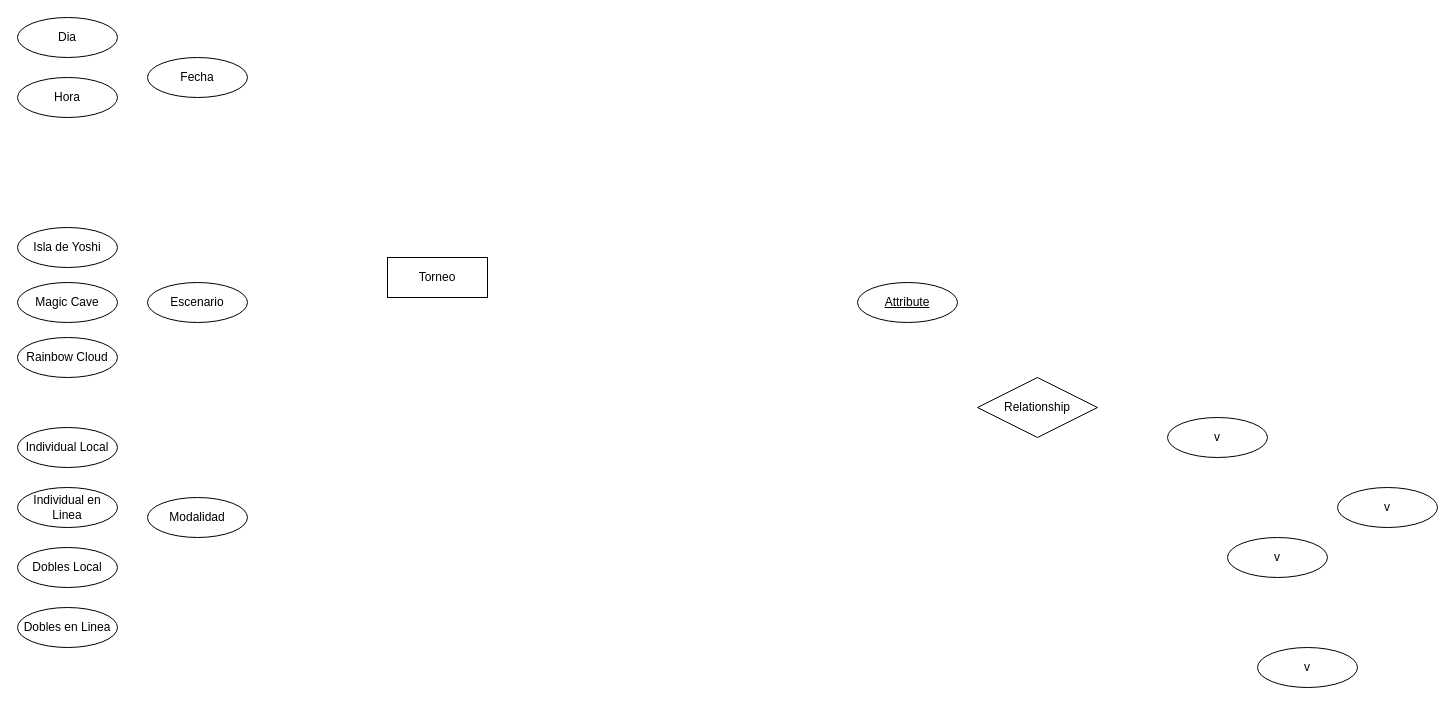
Ju4nox/UCM keeps this draw.io diagram as Modelamiento/Mario Tenis.drawio. Above is the earlier version. Source tidied: cells renumbered, new cells numbered last; positions are measured from the earlier drawing's top-left corner, leaving out a move shared by most shapes. Both pictures are drawn from the tidied source at 100%, with x=0, y=0 at pixel (17, 17).
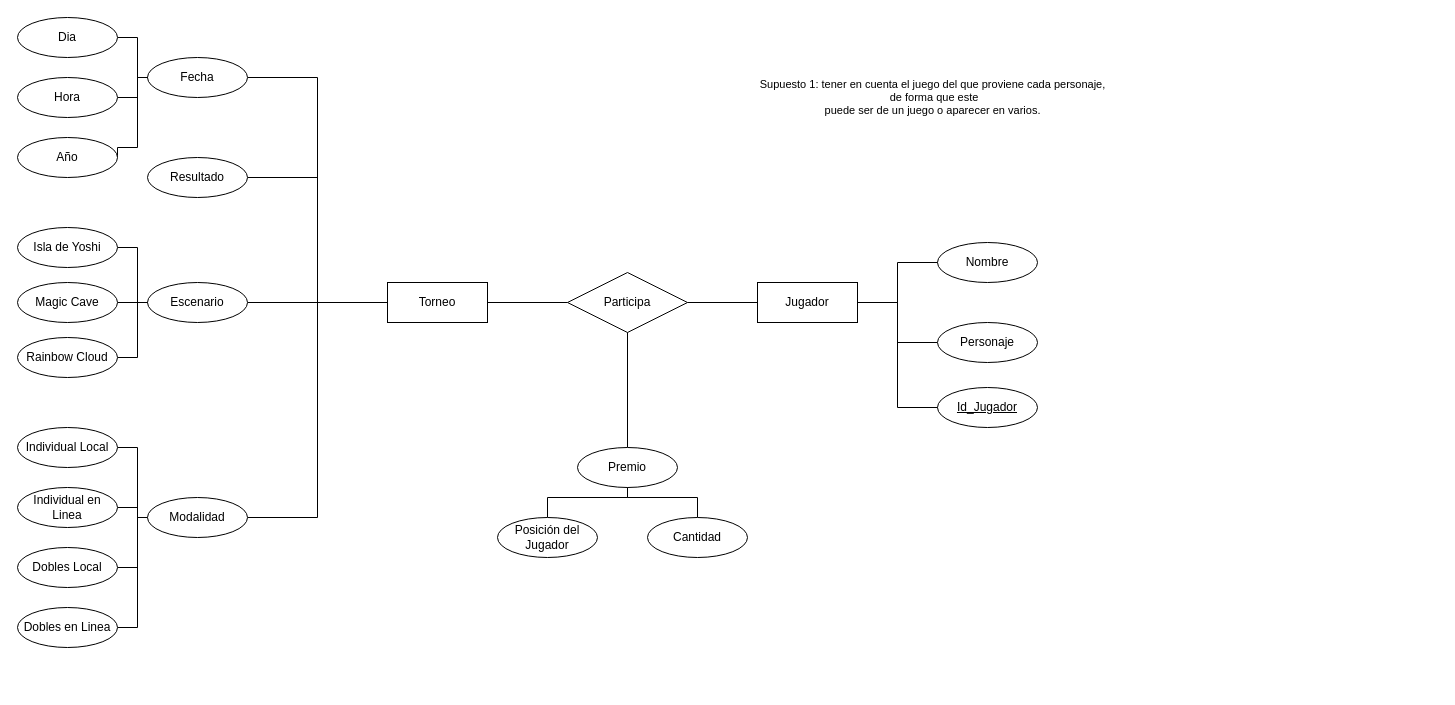
The same page after the edit.

Unchanged cells that the change refers to:
```xml
<mxCell id="3" value="Fecha" style="ellipse;whiteSpace=wrap;html=1;align=center;" parent="1" vertex="1">
  <mxGeometry x="130" y="40" width="100" height="40" as="geometry" />
</mxCell>
<mxCell id="6" value="Isla de Yoshi" style="ellipse;whiteSpace=wrap;html=1;align=center;" parent="1" vertex="1">
  <mxGeometry y="210" width="100" height="40" as="geometry" />
</mxCell>
<mxCell id="7" value="Dia" style="ellipse;whiteSpace=wrap;html=1;align=center;" parent="1" vertex="1">
  <mxGeometry width="100" height="40" as="geometry" />
</mxCell>
<mxCell id="8" value="Magic Cave" style="ellipse;whiteSpace=wrap;html=1;align=center;" parent="1" vertex="1">
  <mxGeometry y="265" width="100" height="40" as="geometry" />
</mxCell>
<mxCell id="9" value="Escenario" style="ellipse;whiteSpace=wrap;html=1;align=center;" parent="1" vertex="1">
  <mxGeometry x="130" y="265" width="100" height="40" as="geometry" />
</mxCell>
<mxCell id="10" value="Rainbow Cloud" style="ellipse;whiteSpace=wrap;html=1;align=center;" parent="1" vertex="1">
  <mxGeometry y="320" width="100" height="40" as="geometry" />
</mxCell>
<mxCell id="11" value="Individual en Linea" style="ellipse;whiteSpace=wrap;html=1;align=center;" parent="1" vertex="1">
  <mxGeometry y="470" width="100" height="40" as="geometry" />
</mxCell>
<mxCell id="12" value="Individual Local" style="ellipse;whiteSpace=wrap;html=1;align=center;" parent="1" vertex="1">
  <mxGeometry y="410" width="100" height="40" as="geometry" />
</mxCell>
<mxCell id="13" value="Modalidad" style="ellipse;whiteSpace=wrap;html=1;align=center;" parent="1" vertex="1">
  <mxGeometry x="130" y="480" width="100" height="40" as="geometry" />
</mxCell>
<mxCell id="14" value="Dobles en Linea" style="ellipse;whiteSpace=wrap;html=1;align=center;" parent="1" vertex="1">
  <mxGeometry y="590" width="100" height="40" as="geometry" />
</mxCell>
<mxCell id="15" value="Hora" style="ellipse;whiteSpace=wrap;html=1;align=center;" parent="1" vertex="1">
  <mxGeometry y="60" width="100" height="40" as="geometry" />
</mxCell>
<mxCell id="16" value="Dobles Local" style="ellipse;whiteSpace=wrap;html=1;align=center;" parent="1" vertex="1">
  <mxGeometry y="530" width="100" height="40" as="geometry" />
</mxCell>
```

Diff of the diagram source:
```diff
@@
     <mxCell id="2" value="Torneo" style="whiteSpace=wrap;html=1;align=center;" parent="1" vertex="1">
-      <mxGeometry x="370" y="240" width="100" height="40" as="geometry" />
+      <mxGeometry x="370" y="265" width="100" height="40" as="geometry" />
     </mxCell>
+    <mxCell id="21" style="edgeStyle=orthogonalEdgeStyle;shape=connector;rounded=0;jettySize=auto;html=1;exitX=1;exitY=0.5;exitDx=0;exitDy=0;entryX=0;entryY=0.5;entryDx=0;entryDy=0;strokeColor=default;align=center;verticalAlign=middle;fontFamily=Helvetica;fontSize=11;fontColor=default;labelBackgroundColor=default;startFill=0;endArrow=none;" parent="1" edge="1" source="3" target="2">
+      <mxGeometry relative="1" as="geometry" />
+    </mxCell>
@@
-    <mxCell id="4" value="Attribute" style="ellipse;whiteSpace=wrap;html=1;align=center;fontStyle=4;" parent="1" vertex="1">
-      <mxGeometry x="840" y="265" width="100" height="40" as="geometry" />
+    <mxCell id="4" value="Id_Jugador" style="ellipse;whiteSpace=wrap;html=1;align=center;fontStyle=4;" parent="1" vertex="1">
+      <mxGeometry x="920" y="370" width="100" height="40" as="geometry" />
     </mxCell>
+    <mxCell id="22" style="edgeStyle=orthogonalEdgeStyle;shape=connector;rounded=0;jettySize=auto;html=1;strokeColor=default;align=center;verticalAlign=middle;fontFamily=Helvetica;fontSize=11;fontColor=default;labelBackgroundColor=default;startFill=0;endArrow=none;" parent="1" edge="1" source="5" target="2">
+      <mxGeometry relative="1" as="geometry" />
+    </mxCell>
-    <mxCell id="5" value="Relationship" style="shape=rhombus;perimeter=rhombusPerimeter;whiteSpace=wrap;html=1;align=center;" parent="1" vertex="1">
-      <mxGeometry x="960" y="360" width="120" height="60" as="geometry" />
+    <mxCell id="5" value="Participa" style="shape=rhombus;perimeter=rhombusPerimeter;whiteSpace=wrap;html=1;align=center;" parent="1" vertex="1">
+      <mxGeometry x="550" y="255" width="120" height="60" as="geometry" />
     </mxCell>
+    <mxCell id="23" style="edgeStyle=orthogonalEdgeStyle;shape=connector;rounded=0;jettySize=auto;html=1;exitX=1;exitY=0.5;exitDx=0;exitDy=0;entryX=0;entryY=0.5;entryDx=0;entryDy=0;strokeColor=default;align=center;verticalAlign=middle;fontFamily=Helvetica;fontSize=11;fontColor=default;labelBackgroundColor=default;startFill=0;endArrow=none;" parent="1" edge="1" source="6" target="9">
+      <mxGeometry relative="1" as="geometry">
+        <Array as="points">
+          <mxPoint x="120" y="230" />
+          <mxPoint x="120" y="285" />
+        </Array>
+      </mxGeometry>
+    </mxCell>
@@
+    <mxCell id="24" style="edgeStyle=orthogonalEdgeStyle;shape=connector;rounded=0;jettySize=auto;html=1;exitX=1;exitY=0.5;exitDx=0;exitDy=0;entryX=0;entryY=0.5;entryDx=0;entryDy=0;strokeColor=default;align=center;verticalAlign=middle;fontFamily=Helvetica;fontSize=11;fontColor=default;labelBackgroundColor=default;startFill=0;endArrow=none;" parent="1" edge="1" source="7" target="3">
+      <mxGeometry relative="1" as="geometry" />
+    </mxCell>
@@
+    <mxCell id="25" style="edgeStyle=orthogonalEdgeStyle;shape=connector;rounded=0;jettySize=auto;html=1;exitX=1;exitY=0.5;exitDx=0;exitDy=0;entryX=0;entryY=0.5;entryDx=0;entryDy=0;strokeColor=default;align=center;verticalAlign=middle;fontFamily=Helvetica;fontSize=11;fontColor=default;labelBackgroundColor=default;startFill=0;endArrow=none;" parent="1" edge="1" source="8" target="9">
+      <mxGeometry relative="1" as="geometry" />
+    </mxCell>
@@
+    <mxCell id="26" style="edgeStyle=orthogonalEdgeStyle;rounded=0;jettySize=auto;html=1;exitX=1;exitY=0.5;exitDx=0;exitDy=0;entryX=0;entryY=0.5;entryDx=0;entryDy=0;endArrow=none;startFill=0;" parent="1" edge="1" source="9" target="2">
+      <mxGeometry relative="1" as="geometry" />
+    </mxCell>
@@
+    <mxCell id="27" style="edgeStyle=orthogonalEdgeStyle;shape=connector;rounded=0;jettySize=auto;html=1;exitX=1;exitY=0.5;exitDx=0;exitDy=0;entryX=0;entryY=0.5;entryDx=0;entryDy=0;strokeColor=default;align=center;verticalAlign=middle;fontFamily=Helvetica;fontSize=11;fontColor=default;labelBackgroundColor=default;startFill=0;endArrow=none;" parent="1" edge="1" source="10" target="9">
+      <mxGeometry relative="1" as="geometry">
+        <Array as="points">
+          <mxPoint x="120" y="340" />
+          <mxPoint x="120" y="285" />
+        </Array>
+      </mxGeometry>
+    </mxCell>
@@
+    <mxCell id="28" style="edgeStyle=orthogonalEdgeStyle;shape=connector;rounded=0;jettySize=auto;html=1;exitX=1;exitY=0.5;exitDx=0;exitDy=0;entryX=0;entryY=0.5;entryDx=0;entryDy=0;strokeColor=default;align=center;verticalAlign=middle;fontFamily=Helvetica;fontSize=11;fontColor=default;labelBackgroundColor=default;startFill=0;endArrow=none;" parent="1" edge="1" source="11" target="13">
+      <mxGeometry relative="1" as="geometry">
+        <Array as="points">
+          <mxPoint x="120" y="490" />
+          <mxPoint x="120" y="500" />
+        </Array>
+      </mxGeometry>
+    </mxCell>
@@
+    <mxCell id="29" style="edgeStyle=orthogonalEdgeStyle;shape=connector;rounded=0;jettySize=auto;html=1;exitX=1;exitY=0.5;exitDx=0;exitDy=0;entryX=0;entryY=0.5;entryDx=0;entryDy=0;strokeColor=default;align=center;verticalAlign=middle;fontFamily=Helvetica;fontSize=11;fontColor=default;labelBackgroundColor=default;startFill=0;endArrow=none;" parent="1" edge="1" source="12" target="13">
+      <mxGeometry relative="1" as="geometry">
+        <Array as="points">
+          <mxPoint x="120" y="430" />
+          <mxPoint x="120" y="500" />
+        </Array>
+      </mxGeometry>
+    </mxCell>
@@
+    <mxCell id="30" style="edgeStyle=orthogonalEdgeStyle;rounded=0;jettySize=auto;html=1;exitX=1;exitY=0.5;exitDx=0;exitDy=0;entryX=0;entryY=0.5;entryDx=0;entryDy=0;endArrow=none;startFill=0;" parent="1" edge="1" source="13" target="2">
+      <mxGeometry relative="1" as="geometry" />
+    </mxCell>
+    <mxCell id="31" style="edgeStyle=orthogonalEdgeStyle;shape=connector;rounded=0;jettySize=auto;html=1;exitX=0;exitY=0.5;exitDx=0;exitDy=0;entryX=1;entryY=0.5;entryDx=0;entryDy=0;strokeColor=default;align=center;verticalAlign=middle;fontFamily=Helvetica;fontSize=11;fontColor=default;labelBackgroundColor=default;startFill=0;endArrow=none;" parent="1" edge="1" source="13" target="16">
+      <mxGeometry relative="1" as="geometry">
+        <Array as="points">
+          <mxPoint x="120" y="500" />
+          <mxPoint x="120" y="550" />
+        </Array>
+      </mxGeometry>
+    </mxCell>
+    <mxCell id="32" style="edgeStyle=orthogonalEdgeStyle;shape=connector;rounded=0;jettySize=auto;html=1;exitX=0;exitY=0.5;exitDx=0;exitDy=0;entryX=1;entryY=0.5;entryDx=0;entryDy=0;strokeColor=default;align=center;verticalAlign=middle;fontFamily=Helvetica;fontSize=11;fontColor=default;labelBackgroundColor=default;startFill=0;endArrow=none;" parent="1" edge="1" source="13" target="14">
+      <mxGeometry relative="1" as="geometry">
+        <Array as="points">
+          <mxPoint x="120" y="500" />
+          <mxPoint x="120" y="610" />
+        </Array>
+      </mxGeometry>
+    </mxCell>
@@
+    <mxCell id="33" style="edgeStyle=orthogonalEdgeStyle;shape=connector;rounded=0;jettySize=auto;html=1;exitX=1;exitY=0.5;exitDx=0;exitDy=0;entryX=0;entryY=0.5;entryDx=0;entryDy=0;strokeColor=default;align=center;verticalAlign=middle;fontFamily=Helvetica;fontSize=11;fontColor=default;labelBackgroundColor=default;startFill=0;endArrow=none;" parent="1" edge="1" source="15" target="3">
+      <mxGeometry relative="1" as="geometry">
+        <Array as="points">
+          <mxPoint x="120" y="80" />
+          <mxPoint x="120" y="60" />
+        </Array>
+      </mxGeometry>
+    </mxCell>
@@
+    <mxCell id="34" style="edgeStyle=orthogonalEdgeStyle;shape=connector;rounded=0;jettySize=auto;html=1;strokeColor=default;align=center;verticalAlign=middle;fontFamily=Helvetica;fontSize=11;fontColor=default;labelBackgroundColor=default;startFill=0;endArrow=none;" parent="1" edge="1" source="17" target="19">
+      <mxGeometry relative="1" as="geometry">
+        <Array as="points">
+          <mxPoint x="530" y="480" />
+          <mxPoint x="610" y="480" />
+        </Array>
+      </mxGeometry>
+    </mxCell>
-    <mxCell id="17" value="v" style="ellipse;whiteSpace=wrap;html=1;align=center;" parent="1" vertex="1">
-      <mxGeometry x="1320" y="470" width="100" height="40" as="geometry" />
+    <mxCell id="17" value="Posición del Jugador" style="ellipse;whiteSpace=wrap;html=1;align=center;" parent="1" vertex="1">
+      <mxGeometry x="480" y="500" width="100" height="40" as="geometry" />
     </mxCell>
+    <mxCell id="35" style="edgeStyle=orthogonalEdgeStyle;shape=connector;rounded=0;jettySize=auto;html=1;exitX=0;exitY=0.5;exitDx=0;exitDy=0;entryX=1;entryY=0.5;entryDx=0;entryDy=0;strokeColor=default;align=center;verticalAlign=middle;fontFamily=Helvetica;fontSize=11;fontColor=default;labelBackgroundColor=default;startFill=0;endArrow=none;" parent="1" edge="1" source="18" target="40">
+      <mxGeometry relative="1" as="geometry" />
+    </mxCell>
-    <mxCell id="18" value="v" style="ellipse;whiteSpace=wrap;html=1;align=center;" parent="1" vertex="1">
-      <mxGeometry x="1210" y="520" width="100" height="40" as="geometry" />
+    <mxCell id="18" value="Personaje" style="ellipse;whiteSpace=wrap;html=1;align=center;" parent="1" vertex="1">
+      <mxGeometry x="920" y="305" width="100" height="40" as="geometry" />
     </mxCell>
+    <mxCell id="36" style="edgeStyle=orthogonalEdgeStyle;shape=connector;rounded=0;jettySize=auto;html=1;strokeColor=default;align=center;verticalAlign=middle;fontFamily=Helvetica;fontSize=11;fontColor=default;labelBackgroundColor=default;startFill=0;endArrow=none;" parent="1" edge="1" source="19" target="5">
+      <mxGeometry relative="1" as="geometry" />
+    </mxCell>
-    <mxCell id="19" value="v" style="ellipse;whiteSpace=wrap;html=1;align=center;" parent="1" vertex="1">
-      <mxGeometry x="1240" y="630" width="100" height="40" as="geometry" />
+    <mxCell id="19" value="Premio" style="ellipse;whiteSpace=wrap;html=1;align=center;" parent="1" vertex="1">
+      <mxGeometry x="560" y="430" width="100" height="40" as="geometry" />
     </mxCell>
-    <mxCell id="20" value="v" style="ellipse;whiteSpace=wrap;html=1;align=center;" parent="1" vertex="1">
-      <mxGeometry x="1150" y="400" width="100" height="40" as="geometry" />
+    <mxCell id="20" value="Nombre" style="ellipse;whiteSpace=wrap;html=1;align=center;" parent="1" vertex="1">
+      <mxGeometry x="920" y="225" width="100" height="40" as="geometry" />
     </mxCell>
+    <mxCell id="37" style="edgeStyle=orthogonalEdgeStyle;shape=connector;rounded=0;jettySize=auto;html=1;exitX=1;exitY=0.5;exitDx=0;exitDy=0;entryX=0;entryY=0.5;entryDx=0;entryDy=0;strokeColor=default;align=center;verticalAlign=middle;fontFamily=Helvetica;fontSize=11;fontColor=default;labelBackgroundColor=default;startFill=0;endArrow=none;" parent="1" edge="1" source="40" target="20">
+      <mxGeometry relative="1" as="geometry" />
+    </mxCell>
+    <mxCell id="38" style="edgeStyle=orthogonalEdgeStyle;shape=connector;rounded=0;jettySize=auto;html=1;strokeColor=default;align=center;verticalAlign=middle;fontFamily=Helvetica;fontSize=11;fontColor=default;labelBackgroundColor=default;startFill=0;endArrow=none;" parent="1" edge="1" source="40" target="5">
+      <mxGeometry relative="1" as="geometry" />
+    </mxCell>
+    <mxCell id="39" style="edgeStyle=orthogonalEdgeStyle;shape=connector;rounded=0;jettySize=auto;html=1;exitX=1;exitY=0.5;exitDx=0;exitDy=0;entryX=0;entryY=0.5;entryDx=0;entryDy=0;strokeColor=default;align=center;verticalAlign=middle;fontFamily=Helvetica;fontSize=11;fontColor=default;labelBackgroundColor=default;startFill=0;endArrow=none;" parent="1" edge="1" source="40" target="4">
+      <mxGeometry relative="1" as="geometry" />
+    </mxCell>
+    <mxCell id="40" value="Jugador" style="whiteSpace=wrap;html=1;align=center;" parent="1" vertex="1">
+      <mxGeometry x="740" y="265" width="100" height="40" as="geometry" />
+    </mxCell>
+    <mxCell id="41" style="edgeStyle=orthogonalEdgeStyle;shape=connector;rounded=0;jettySize=auto;html=1;strokeColor=default;align=center;verticalAlign=middle;fontFamily=Helvetica;fontSize=11;fontColor=default;labelBackgroundColor=default;startFill=0;endArrow=none;" parent="1" edge="1" source="42" target="19">
+      <mxGeometry relative="1" as="geometry" />
+    </mxCell>
+    <mxCell id="42" value="Cantidad" style="ellipse;whiteSpace=wrap;html=1;align=center;" parent="1" vertex="1">
+      <mxGeometry x="630" y="500" width="100" height="40" as="geometry" />
+    </mxCell>
+    <mxCell id="43" style="edgeStyle=orthogonalEdgeStyle;shape=connector;rounded=0;jettySize=auto;html=1;exitX=1;exitY=0.5;exitDx=0;exitDy=0;entryX=0;entryY=0.5;entryDx=0;entryDy=0;strokeColor=default;align=center;verticalAlign=middle;fontFamily=Helvetica;fontSize=11;fontColor=default;labelBackgroundColor=default;startFill=0;endArrow=none;" parent="1" edge="1" source="44" target="2">
+      <mxGeometry relative="1" as="geometry" />
+    </mxCell>
+    <mxCell id="44" value="Resultado" style="ellipse;whiteSpace=wrap;html=1;align=center;" parent="1" vertex="1">
+      <mxGeometry x="130" y="140" width="100" height="40" as="geometry" />
+    </mxCell>
+    <mxCell id="45" style="edgeStyle=orthogonalEdgeStyle;shape=connector;rounded=0;jettySize=auto;html=1;exitX=1;exitY=0.5;exitDx=0;exitDy=0;entryX=0;entryY=0.5;entryDx=0;entryDy=0;strokeColor=default;align=center;verticalAlign=middle;fontFamily=Helvetica;fontSize=11;fontColor=default;labelBackgroundColor=default;startFill=0;endArrow=none;" parent="1" edge="1" source="46" target="3">
+      <mxGeometry relative="1" as="geometry">
+        <Array as="points">
+          <mxPoint x="120" y="130" />
+          <mxPoint x="120" y="60" />
+        </Array>
+      </mxGeometry>
+    </mxCell>
+    <mxCell id="46" value="Año" style="ellipse;whiteSpace=wrap;html=1;align=center;" parent="1" vertex="1">
+      <mxGeometry y="120" width="100" height="40" as="geometry" />
+    </mxCell>
+    <mxCell id="47" value="Supuesto 1:&amp;nbsp;tener en cuenta el juego del que proviene cada personaje,&lt;div&gt;&amp;nbsp;de forma que este&lt;br/&gt;puede ser de un juego o aparecer en varios.&lt;/div&gt;" style="text;html=1;align=center;verticalAlign=middle;strokeColor=none;fillColor=none;fontFamily=Helvetica;fontSize=11;fontColor=default;labelBackgroundColor=default;" parent="1" vertex="1">
+      <mxGeometry x="730" y="55" width="370" height="50" as="geometry" />
+    </mxCell>
```
